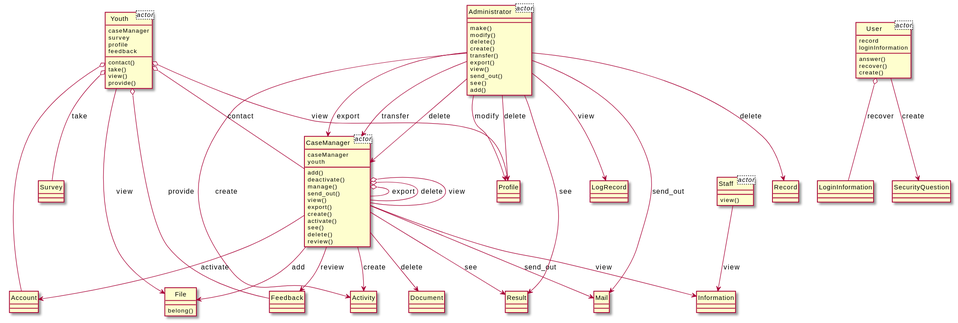
Above: output/diagram_5/2016-USC-Project10.svg in xixixhalu/DomainModelExtractor (PlantUML), before the change.
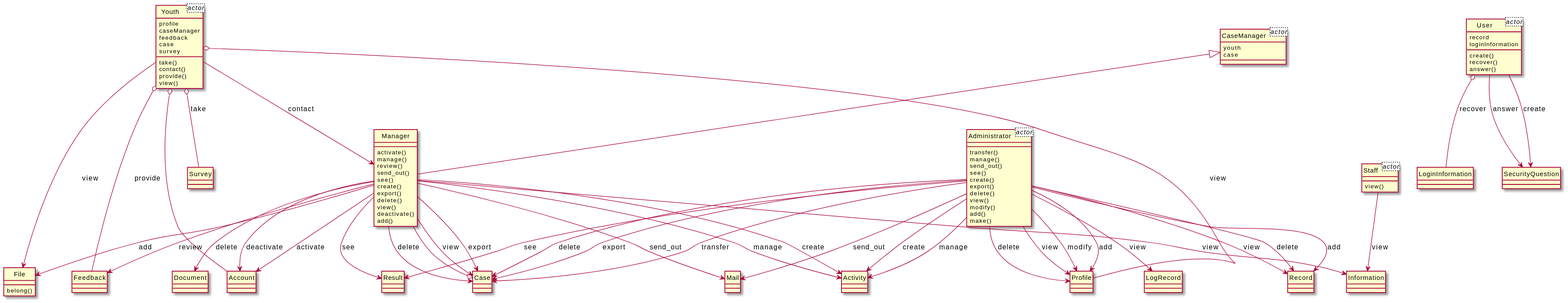
Above is the later version.

Diff of the diagram source:
```diff
@@ -1,14 +1,15 @@
 @startuml
 hide circle
 class Youth<actor> {
+	profile
 	caseManager
+	feedback
+	case
 	survey
-	profile
-	feedback
 }
 class CaseManager<actor> {
-	caseManager
 	youth
+	case
 }
 class Administrator<actor> {
 }
@@ -20,100 +21,115 @@
 }
 class Account {
 }
-class Administrator {
-	make()
-	modify()
-	delete()
-	create()
-	transfer()
-	export()
-	view()
+class Manager {
+	activate()
+	manage()
+	review()
 	send_out()
 	see()
+	create()
+	export()
+	delete()
+	view()
+	deactivate()
 	add()
 }
-class Youth {
-	contact()
-	take()
-	view()
-	provide()
+class Activity {
 }
-class CaseManager {
-	add()
-	deactivate()
+class Administrator {
+	transfer()
 	manage()
 	send_out()
+	see()
+	create()
+	export()
+	delete()
 	view()
-	export()
-	create()
-	activate()
-	see()
-	delete()
-	review()
+	modify()
+	add()
+	make()
+}
+class Youth {
+	take()
+	contact()
+	provide()
+	view()
+}
+class Profile {
+}
+class Case {
+}
+class File {
+	belong()
 }
 class LogRecord {
 }
-class Information {
+class Feedback {
 }
-class Profile {
+class Record {
 }
 class Document {
 }
-class Feedback {
+class Survey {
+}
+class Result {
+}
+class Information {
+}
+class User {
+	create()
+	recover()
+	answer()
+}
+class LoginInformation {
+}
+class SecurityQuestion {
 }
 class Mail {
-}
-class User {
-	answer()
-	recover()
-	create()
-}
-class LoginInformation {
 }
 class Staff {
 	view()
 }
-class Survey {
+class CaseManager {
 }
-class Activity {
-}
-class Result {
-}
-class File {
-	belong()
-}
-class Record {
-}
-class SecurityQuestion {
-}
-CaseManager o-- CaseManager : export
-CaseManager --> Document : delete
-Administrator --> CaseManager : export
+Manager --> Activity : manage
+Manager --> Mail : send_out
+Manager --> Activity : create
+Manager --> Case : view
+Administrator --> Mail : send_out
+Manager --> Case : export
+Youth --> Manager : contact
+Administrator --> Case : export
+Manager --> File : add
+Staff --> Information : view
+Administrator --> Activity : create
+Manager --> Account : activate
+Youth o-- Account
+CaseManager <|-- Manager
+Administrator --> LogRecord : view
+Administrator --> Record : add
+Administrator --> Case : transfer
+Case o-- Manager
+User o-- LoginInformation : recover
+Youth o-- Feedback : provide
+Manager --> Account : deactivate
+Youth --> File : view
+Administrator --> Record : view
+User --> SecurityQuestion : answer
+Manager --> Document : delete
+Administrator --> Record : delete
+Administrator --> Profile : delete
+Manager --> Feedback : review
+Manager --> Case : delete
+Administrator --> Profile : view
+Administrator --> Case : delete
+Youth o-- Survey : take
+Administrator --> Profile : modify
+Administrator --> Profile : add
+Manager --> Result : see
+Administrator --> Result : see
+User --> SecurityQuestion : create
+Administrator --> Activity : manage
 Youth o-- Profile : view
-CaseManager o-- CaseManager : delete
-Administrator --> Profile : delete
-Administrator --> Record : delete
-CaseManager --> Feedback : review
-Administrator --> Activity : create
-CaseManager --> File : add
-CaseManager --> Mail : send_out
-Administrator --> Mail : send_out
-Youth o-- Feedback : provide
-Youth o-- CaseManager : contact
-Youth --> File : view
-User o-- LoginInformation : recover
-CaseManager o-- CaseManager : view
-Staff --> Information : view
-Administrator --> LogRecord : view
-CaseManager --> Account : activate
-Administrator --> Profile : modify
-Administrator --> Result : see
-Youth o-- Account
-Administrator --> CaseManager : transfer
-Administrator --> CaseManager : delete
-CaseManager --> Result : see
-User --> SecurityQuestion : create
-Youth o-- Survey : take
-CaseManager --> Activity : create
-CaseManager --> Information : view
+Manager --> Information : view
 @enduml
```
